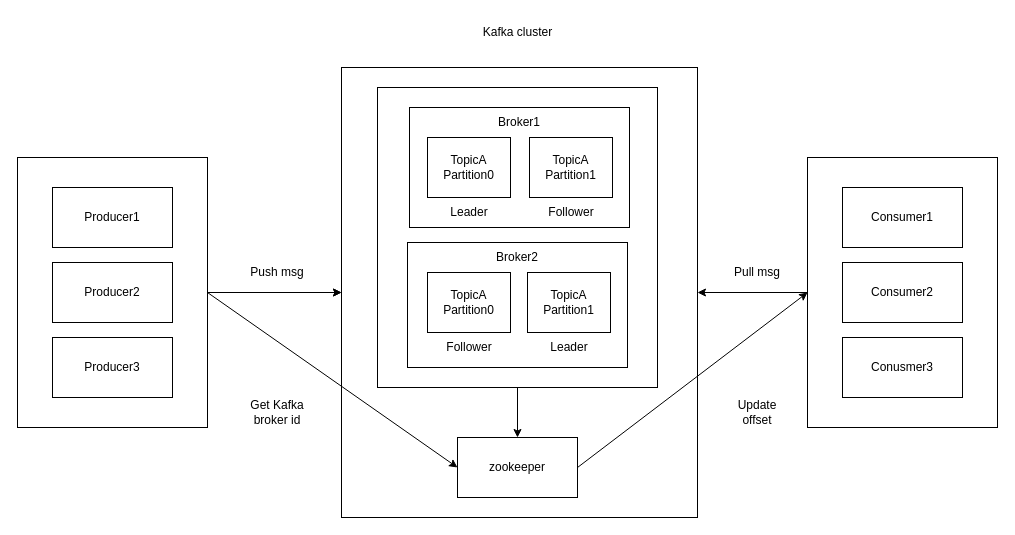
This is 未命名绘图.drawio from Diend-7/-, a draw.io file, before an edit. Source tidied: cells renumbered, new cells numbered last; positions are measured from the earlier drawing's top-left corner, leaving out a move shared by most shapes. Both pictures are drawn from the tidied source at 100%, with x=0, y=0 at pixel (17, 17).
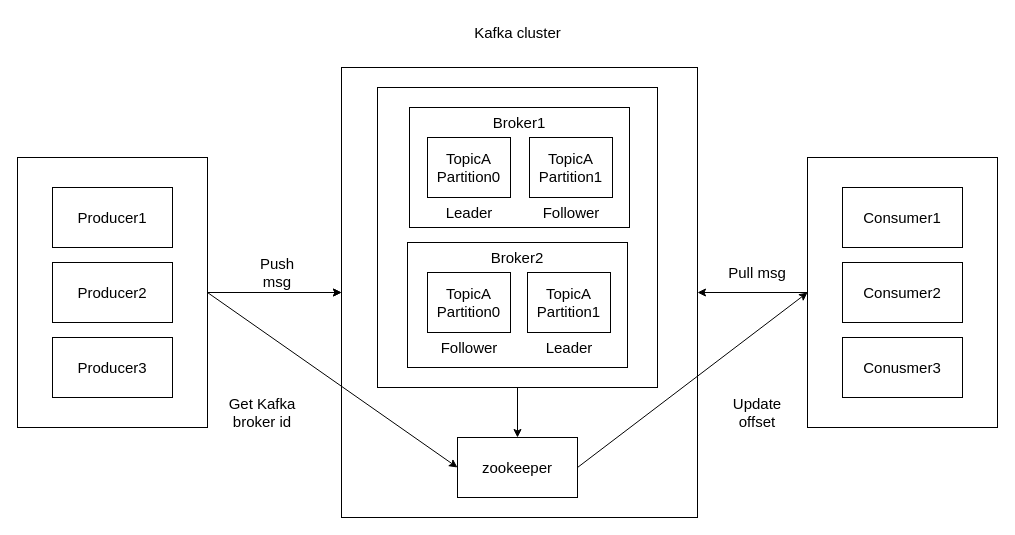
The same page after the edit.

The edit, as a diff of the source:
```diff
@@
-    <mxCell id="2" style="edgeStyle=orthogonalEdgeStyle;rounded=0;jettySize=auto;html=1;" parent="1" edge="1" source="4" target="7">
+    <mxCell id="2" style="edgeStyle=orthogonalEdgeStyle;rounded=0;jettySize=auto;html=1;fontSize=15;" parent="1" edge="1" source="4" target="7">
       <mxGeometry relative="1" as="geometry" />
     </mxCell>
-    <mxCell id="3" style="edgeStyle=orthogonalEdgeStyle;rounded=0;jettySize=auto;html=1;exitX=1;exitY=0.5;exitDx=0;exitDy=0;" parent="1" edge="1" source="4" target="7">
+    <mxCell id="3" style="edgeStyle=orthogonalEdgeStyle;rounded=0;jettySize=auto;html=1;exitX=1;exitY=0.5;exitDx=0;exitDy=0;fontSize=15;" parent="1" edge="1" source="4" target="7">
       <mxGeometry relative="1" as="geometry" />
     </mxCell>
-    <mxCell id="4" style="rounded=0;whiteSpace=wrap;html=1;" parent="1" vertex="1">
+    <mxCell id="4" style="rounded=0;whiteSpace=wrap;html=1;fontSize=15;" parent="1" vertex="1">
       <mxGeometry y="140" width="190" height="270" as="geometry" />
     </mxCell>
-    <mxCell id="5" value="Producer1" style="rounded=0;whiteSpace=wrap;html=1;" parent="1" vertex="1">
+    <mxCell id="5" value="Producer1" style="rounded=0;whiteSpace=wrap;html=1;fontSize=15;" parent="1" vertex="1">
       <mxGeometry x="35" y="170" width="120" height="60" as="geometry" />
     </mxCell>
-    <mxCell id="6" value="Producer2" style="rounded=0;whiteSpace=wrap;html=1;" parent="1" vertex="1">
+    <mxCell id="6" value="Producer2" style="rounded=0;whiteSpace=wrap;html=1;fontSize=15;" parent="1" vertex="1">
       <mxGeometry x="35" y="245" width="120" height="60" as="geometry" />
     </mxCell>
-    <mxCell id="7" style="rounded=0;whiteSpace=wrap;html=1;" parent="1" vertex="1">
+    <mxCell id="7" style="rounded=0;whiteSpace=wrap;html=1;fontSize=15;" parent="1" vertex="1">
       <mxGeometry x="324" y="50" width="356" height="450" as="geometry" />
     </mxCell>
-    <mxCell id="8" value="Producer3" style="rounded=0;whiteSpace=wrap;html=1;" parent="1" vertex="1">
+    <mxCell id="8" value="Producer3" style="rounded=0;whiteSpace=wrap;html=1;fontSize=15;" parent="1" vertex="1">
       <mxGeometry x="35" y="320" width="120" height="60" as="geometry" />
     </mxCell>
-    <mxCell id="9" value="Kafka cluster" style="text;html=1;align=center;verticalAlign=middle;strokeColor=none;fillColor=none;" parent="1" vertex="1">
-      <mxGeometry x="455" width="90" height="30" as="geometry" />
+    <mxCell id="9" value="Kafka cluster" style="text;html=1;align=center;verticalAlign=middle;strokeColor=none;fillColor=none;fontSize=15;" parent="1" vertex="1">
+      <mxGeometry x="445" width="110" height="30" as="geometry" />
     </mxCell>
-    <mxCell id="10" style="edgeStyle=orthogonalEdgeStyle;rounded=0;jettySize=auto;html=1;" parent="1" edge="1" source="11" target="12">
+    <mxCell id="10" style="edgeStyle=orthogonalEdgeStyle;rounded=0;jettySize=auto;html=1;fontSize=15;" parent="1" edge="1" source="11" target="12">
       <mxGeometry relative="1" as="geometry" />
     </mxCell>
-    <mxCell id="11" style="rounded=0;whiteSpace=wrap;html=1;" parent="1" vertex="1">
+    <mxCell id="11" style="rounded=0;whiteSpace=wrap;html=1;fontSize=15;" parent="1" vertex="1">
       <mxGeometry x="360" y="70" width="280" height="300" as="geometry" />
     </mxCell>
-    <mxCell id="12" value="zookeeper" style="rounded=0;whiteSpace=wrap;html=1;" parent="1" vertex="1">
+    <mxCell id="12" value="zookeeper" style="rounded=0;whiteSpace=wrap;html=1;fontSize=15;" parent="1" vertex="1">
       <mxGeometry x="440" y="420" width="120" height="60" as="geometry" />
     </mxCell>
-    <mxCell id="13" style="edgeStyle=orthogonalEdgeStyle;rounded=0;jettySize=auto;html=1;" parent="1" edge="1" source="14" target="7">
+    <mxCell id="13" style="edgeStyle=orthogonalEdgeStyle;rounded=0;jettySize=auto;html=1;fontSize=15;" parent="1" edge="1" source="14" target="7">
       <mxGeometry relative="1" as="geometry" />
     </mxCell>
-    <mxCell id="14" style="rounded=0;whiteSpace=wrap;html=1;" parent="1" vertex="1">
+    <mxCell id="14" style="rounded=0;whiteSpace=wrap;html=1;fontSize=15;" parent="1" vertex="1">
       <mxGeometry x="790" y="140" width="190" height="270" as="geometry" />
     </mxCell>
-    <mxCell id="15" value="Consumer1" style="rounded=0;whiteSpace=wrap;html=1;" parent="1" vertex="1">
+    <mxCell id="15" value="Consumer1" style="rounded=0;whiteSpace=wrap;html=1;fontSize=15;" parent="1" vertex="1">
       <mxGeometry x="825" y="170" width="120" height="60" as="geometry" />
     </mxCell>
-    <mxCell id="16" value="Consumer2" style="rounded=0;whiteSpace=wrap;html=1;" parent="1" vertex="1">
+    <mxCell id="16" value="Consumer2" style="rounded=0;whiteSpace=wrap;html=1;fontSize=15;" parent="1" vertex="1">
       <mxGeometry x="825" y="245" width="120" height="60" as="geometry" />
     </mxCell>
-    <mxCell id="17" value="Conusmer3" style="rounded=0;whiteSpace=wrap;html=1;" parent="1" vertex="1">
+    <mxCell id="17" value="Conusmer3" style="rounded=0;whiteSpace=wrap;html=1;fontSize=15;" parent="1" vertex="1">
       <mxGeometry x="825" y="320" width="120" height="60" as="geometry" />
     </mxCell>
-    <mxCell id="18" style="rounded=0;whiteSpace=wrap;html=1;" parent="1" vertex="1">
+    <mxCell id="18" style="rounded=0;whiteSpace=wrap;html=1;fontSize=15;" parent="1" vertex="1">
       <mxGeometry x="392" y="90" width="220" height="120" as="geometry" />
     </mxCell>
-    <mxCell id="19" style="rounded=0;whiteSpace=wrap;html=1;" parent="1" vertex="1">
+    <mxCell id="19" style="rounded=0;whiteSpace=wrap;html=1;fontSize=15;" parent="1" vertex="1">
       <mxGeometry x="390" y="225" width="220" height="125" as="geometry" />
     </mxCell>
-    <mxCell id="20" value="TopicA&lt;br&gt;Partition0" style="rounded=0;whiteSpace=wrap;html=1;" parent="1" vertex="1">
+    <mxCell id="20" value="TopicA&lt;br style=&quot;font-size: 15px;&quot;&gt;Partition0" style="rounded=0;whiteSpace=wrap;html=1;fontSize=15;" parent="1" vertex="1">
       <mxGeometry x="410" y="120" width="83" height="60" as="geometry" />
     </mxCell>
-    <mxCell id="21" value="TopicA&lt;br&gt;Partition1" style="rounded=0;whiteSpace=wrap;html=1;" parent="1" vertex="1">
+    <mxCell id="21" value="TopicA&lt;br style=&quot;font-size: 15px;&quot;&gt;Partition1" style="rounded=0;whiteSpace=wrap;html=1;fontSize=15;" parent="1" vertex="1">
       <mxGeometry x="512" y="120" width="83" height="60" as="geometry" />
     </mxCell>
-    <mxCell id="22" value="Leader" style="text;html=1;strokeColor=none;fillColor=none;align=center;verticalAlign=middle;whiteSpace=wrap;rounded=0;" parent="1" vertex="1">
+    <mxCell id="22" value="Leader" style="text;html=1;strokeColor=none;fillColor=none;align=center;verticalAlign=middle;whiteSpace=wrap;rounded=0;fontSize=15;" parent="1" vertex="1">
       <mxGeometry x="421.5" y="180" width="60" height="30" as="geometry" />
     </mxCell>
-    <mxCell id="23" value="Follower" style="text;html=1;strokeColor=none;fillColor=none;align=center;verticalAlign=middle;whiteSpace=wrap;rounded=0;" parent="1" vertex="1">
+    <mxCell id="23" value="Follower" style="text;html=1;strokeColor=none;fillColor=none;align=center;verticalAlign=middle;whiteSpace=wrap;rounded=0;fontSize=15;" parent="1" vertex="1">
       <mxGeometry x="523.5" y="180" width="60" height="30" as="geometry" />
     </mxCell>
-    <mxCell id="24" value="TopicA&lt;br&gt;Partition0" style="rounded=0;whiteSpace=wrap;html=1;" parent="1" vertex="1">
+    <mxCell id="24" value="TopicA&lt;br style=&quot;font-size: 15px;&quot;&gt;Partition0" style="rounded=0;whiteSpace=wrap;html=1;fontSize=15;" parent="1" vertex="1">
       <mxGeometry x="410" y="255" width="83" height="60" as="geometry" />
     </mxCell>
-    <mxCell id="25" value="TopicA&lt;br&gt;Partition1" style="rounded=0;whiteSpace=wrap;html=1;" parent="1" vertex="1">
+    <mxCell id="25" value="TopicA&lt;br style=&quot;font-size: 15px;&quot;&gt;Partition1" style="rounded=0;whiteSpace=wrap;html=1;fontSize=15;" parent="1" vertex="1">
       <mxGeometry x="510" y="255" width="83" height="60" as="geometry" />
     </mxCell>
-    <mxCell id="26" value="Follower" style="text;html=1;strokeColor=none;fillColor=none;align=center;verticalAlign=middle;whiteSpace=wrap;rounded=0;" parent="1" vertex="1">
+    <mxCell id="26" value="Follower" style="text;html=1;strokeColor=none;fillColor=none;align=center;verticalAlign=middle;whiteSpace=wrap;rounded=0;fontSize=15;" parent="1" vertex="1">
       <mxGeometry x="421.5" y="315" width="60" height="30" as="geometry" />
     </mxCell>
-    <mxCell id="27" value="Leader" style="text;html=1;strokeColor=none;fillColor=none;align=center;verticalAlign=middle;whiteSpace=wrap;rounded=0;" parent="1" vertex="1">
+    <mxCell id="27" value="Leader" style="text;html=1;strokeColor=none;fillColor=none;align=center;verticalAlign=middle;whiteSpace=wrap;rounded=0;fontSize=15;" parent="1" vertex="1">
       <mxGeometry x="521.5" y="315" width="60" height="30" as="geometry" />
     </mxCell>
-    <mxCell id="28" value="Push msg" style="text;html=1;strokeColor=none;fillColor=none;align=center;verticalAlign=middle;whiteSpace=wrap;rounded=0;" parent="1" vertex="1">
+    <mxCell id="28" value="Push msg" style="text;html=1;strokeColor=none;fillColor=none;align=center;verticalAlign=middle;whiteSpace=wrap;rounded=0;fontSize=15;" parent="1" vertex="1">
       <mxGeometry x="230" y="240" width="60" height="30" as="geometry" />
     </mxCell>
-    <mxCell id="29" value="Pull msg" style="text;html=1;strokeColor=none;fillColor=none;align=center;verticalAlign=middle;whiteSpace=wrap;rounded=0;" parent="1" vertex="1">
+    <mxCell id="29" value="Pull msg" style="text;html=1;strokeColor=none;fillColor=none;align=center;verticalAlign=middle;whiteSpace=wrap;rounded=0;fontSize=15;" parent="1" vertex="1">
       <mxGeometry x="710" y="240" width="60" height="30" as="geometry" />
     </mxCell>
-    <mxCell id="30" style="endArrow=classic;html=1;rounded=0;entryX=0;entryY=0.5;entryDx=0;entryDy=0;exitX=1;exitY=0.5;exitDx=0;exitDy=0;" parent="1" edge="1" source="4" target="12">
+    <mxCell id="30" style="endArrow=classic;html=1;rounded=0;entryX=0;entryY=0.5;entryDx=0;entryDy=0;exitX=1;exitY=0.5;exitDx=0;exitDy=0;fontSize=15;" parent="1" edge="1" source="4" target="12">
       <mxGeometry relative="1" as="geometry" />
     </mxCell>
-    <mxCell id="31" style="endArrow=classic;html=1;rounded=0;exitX=1;exitY=0.5;exitDx=0;exitDy=0;entryX=0;entryY=0.5;entryDx=0;entryDy=0;" parent="1" edge="1" source="12" target="14">
+    <mxCell id="31" style="endArrow=classic;html=1;rounded=0;exitX=1;exitY=0.5;exitDx=0;exitDy=0;entryX=0;entryY=0.5;entryDx=0;entryDy=0;fontSize=15;" parent="1" edge="1" source="12" target="14">
       <mxGeometry relative="1" as="geometry" />
     </mxCell>
-    <mxCell id="32" value="Get Kafka broker id" style="text;html=1;strokeColor=none;fillColor=none;align=center;verticalAlign=middle;whiteSpace=wrap;rounded=0;" parent="1" vertex="1">
-      <mxGeometry x="230" y="380" width="60" height="30" as="geometry" />
+    <mxCell id="32" value="Get Kafka broker id" style="text;html=1;strokeColor=none;fillColor=none;align=center;verticalAlign=middle;whiteSpace=wrap;rounded=0;fontSize=15;" parent="1" vertex="1">
+      <mxGeometry x="200" y="380" width="90" height="30" as="geometry" />
     </mxCell>
-    <mxCell id="33" value="Update offset" style="text;html=1;strokeColor=none;fillColor=none;align=center;verticalAlign=middle;whiteSpace=wrap;rounded=0;" parent="1" vertex="1">
+    <mxCell id="33" value="Update offset" style="text;html=1;strokeColor=none;fillColor=none;align=center;verticalAlign=middle;whiteSpace=wrap;rounded=0;fontSize=15;" parent="1" vertex="1">
       <mxGeometry x="710" y="380" width="60" height="30" as="geometry" />
     </mxCell>
-    <mxCell id="34" value="Broker1" style="text;html=1;strokeColor=none;fillColor=none;align=center;verticalAlign=middle;whiteSpace=wrap;rounded=0;" parent="1" vertex="1">
+    <mxCell id="34" value="Broker1" style="text;html=1;strokeColor=none;fillColor=none;align=center;verticalAlign=middle;whiteSpace=wrap;rounded=0;fontSize=15;" parent="1" vertex="1">
       <mxGeometry x="472" y="90" width="60" height="30" as="geometry" />
     </mxCell>
-    <mxCell id="35" value="Broker2" style="text;html=1;strokeColor=none;fillColor=none;align=center;verticalAlign=middle;whiteSpace=wrap;rounded=0;" parent="1" vertex="1">
+    <mxCell id="35" value="Broker2" style="text;html=1;strokeColor=none;fillColor=none;align=center;verticalAlign=middle;whiteSpace=wrap;rounded=0;fontSize=15;" parent="1" vertex="1">
       <mxGeometry x="470" y="225" width="60" height="30" as="geometry" />
     </mxCell>
```
